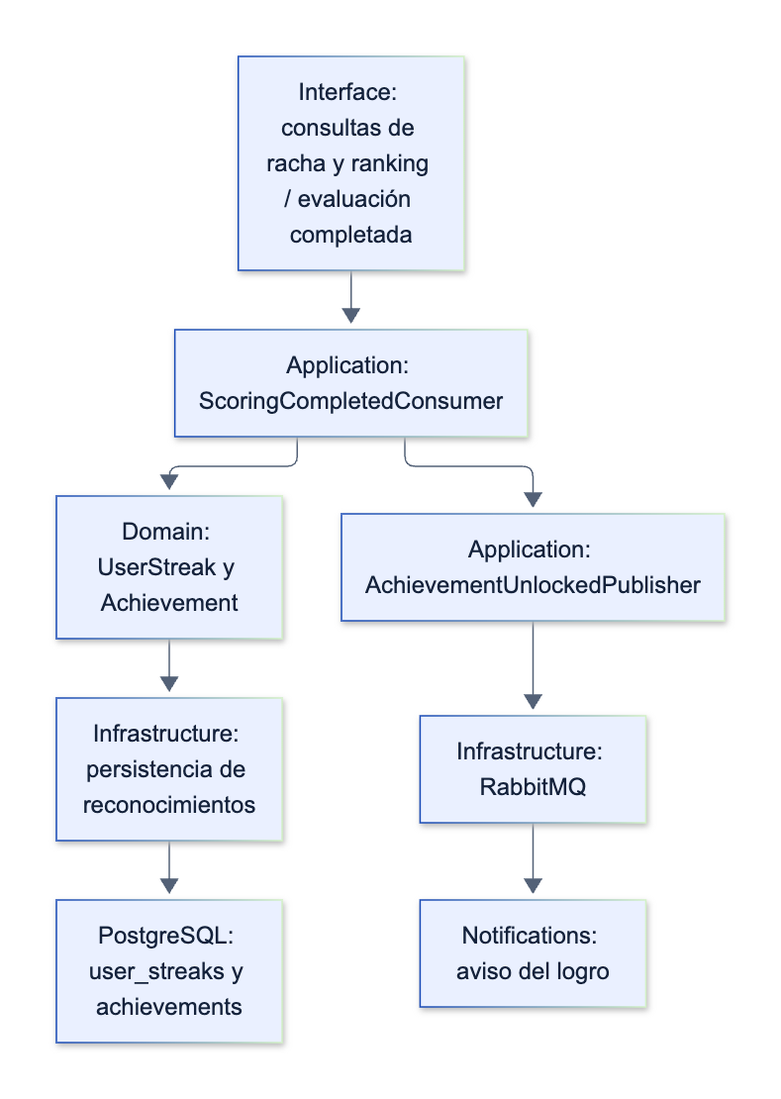
Earlier version of the Mermaid export assets/diagrams/tactical/07-gamification-components.png (upc-pre-202620-si728-16365-thropic/talki-project-report). Its source is kept beside it as assets/diagrams/tactical/07-gamification-components.mmd.
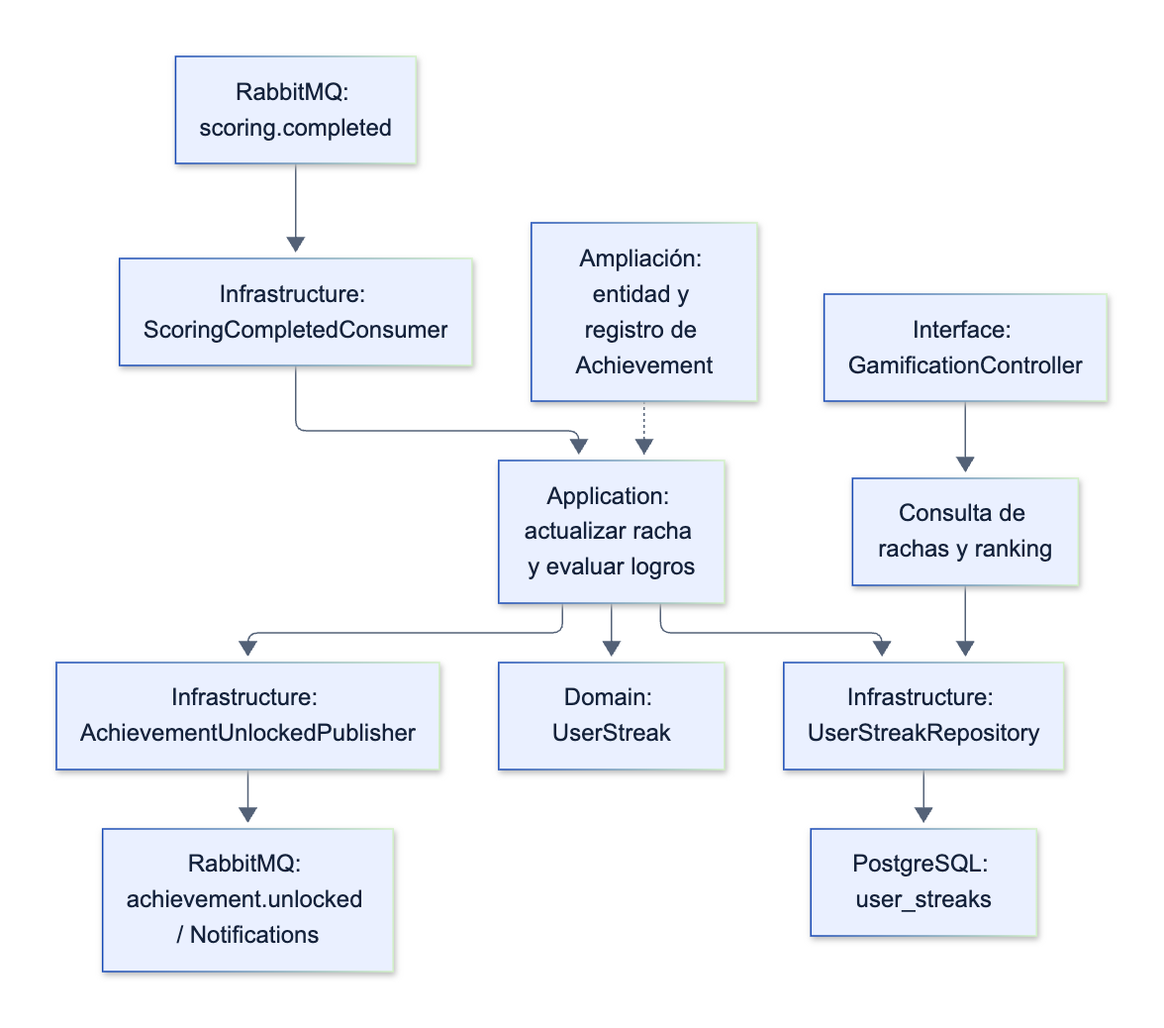
The same diagram one commit later.

Change to the diagram source:
```diff
@@ -1,8 +1,11 @@
 flowchart TB
-  input["Interface: consultas de racha y ranking / evaluación completada"] --> app["Application: ScoringCompletedConsumer"]
-  app --> model["Domain: UserStreak y Achievement"]
-  model --> repo["Infrastructure: persistencia de reconocimientos"]
-  repo --> db["PostgreSQL: user_streaks y achievements"]
-  app --> publisher["Application: AchievementUnlockedPublisher"]
-  publisher --> broker["Infrastructure: RabbitMQ"]
-  broker --> notices["Notifications: aviso del logro"]
+  input["Interface: GamificationController"] --> query["Consulta de rachas y ranking"]
+  query --> repo["Infrastructure: UserStreakRepository"]
+  broker["RabbitMQ: scoring.completed"] --> consumer["Infrastructure: ScoringCompletedConsumer"]
+  consumer --> app["Application: actualizar racha y evaluar logros"]
+  app --> model["Domain: UserStreak"]
+  app --> repo
+  repo --> db["PostgreSQL: user_streaks"]
+  app --> pub["Infrastructure: AchievementUnlockedPublisher"]
+  pub --> notices["RabbitMQ: achievement.unlocked / Notifications"]
+  proposal["Ampliación: entidad y registro de Achievement"] -.-> app
```
